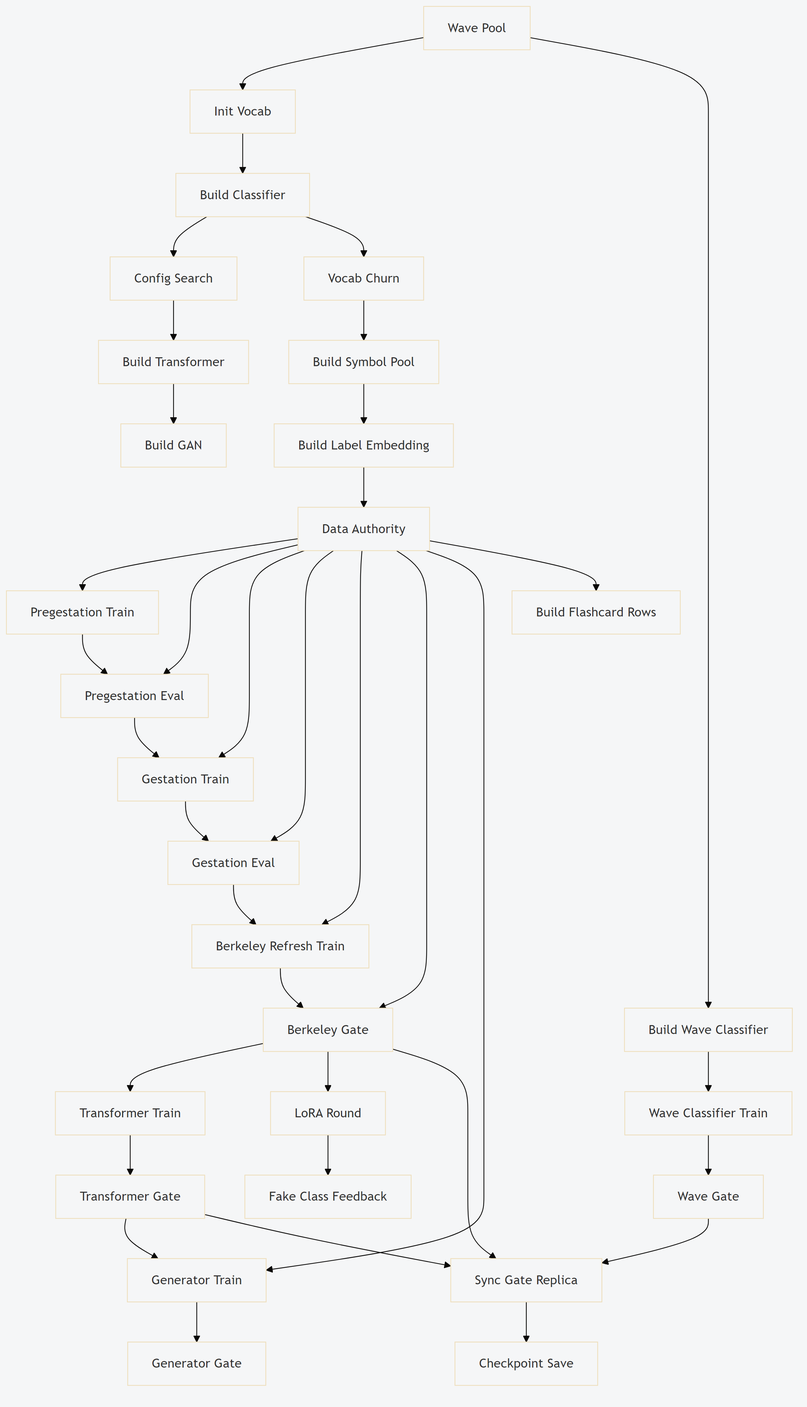
The Mermaid diagram docs/diagrams/execution_minimal.png in sangderenard/meta-nn, before a commit. Its source is kept beside it as docs/diagrams/execution_minimal.mmd.
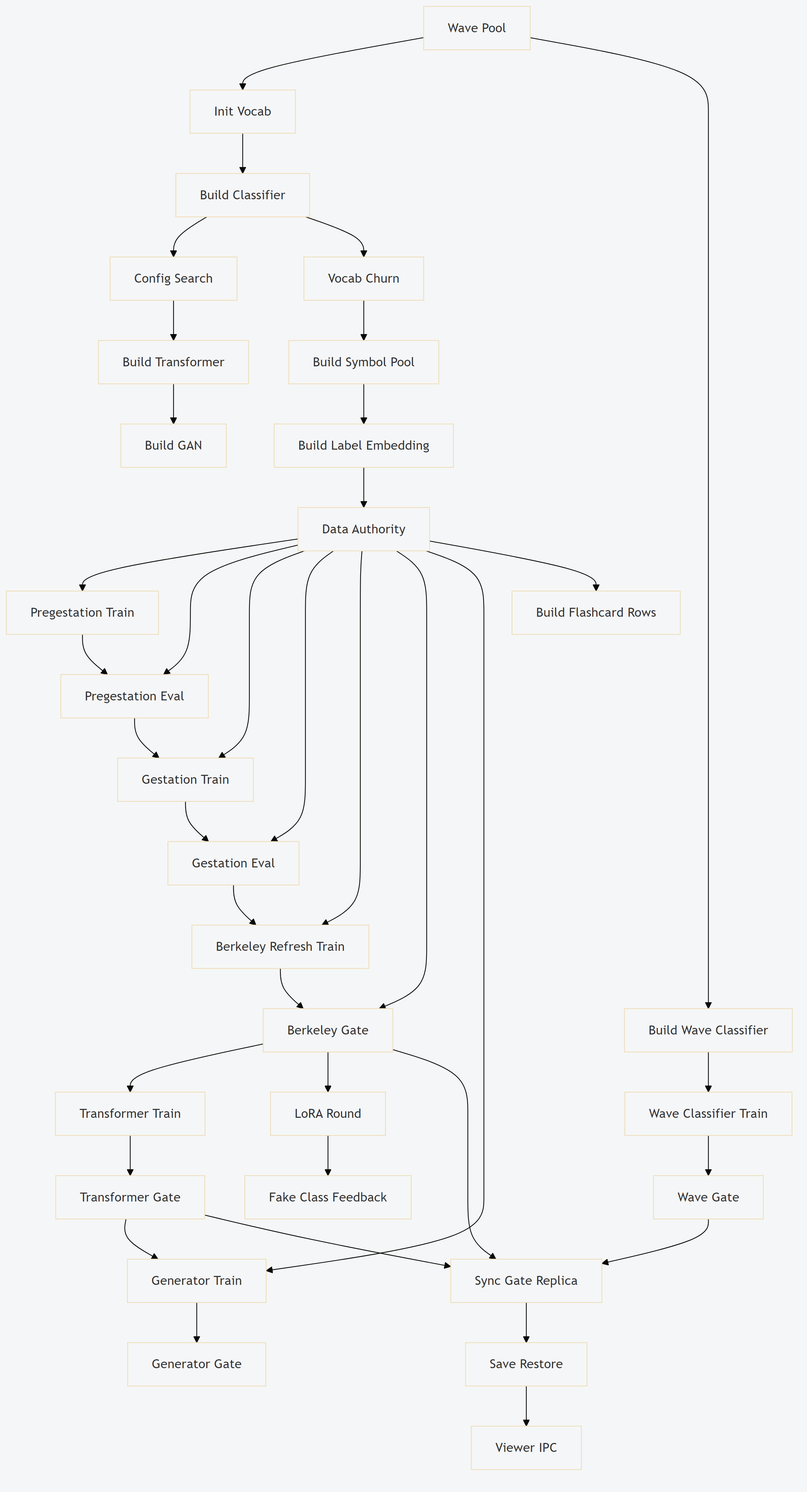
After the change.

The edit, as a diff of the source:
```diff
@@ -27,7 +27,8 @@
     gate_generator["Generator Gate"]
     gate_wave["Wave Gate"]
     sync_gate_replica["Sync Gate Replica"]
-    checkpoint_save["Checkpoint Save"]
+    checkpoint_save["Save Restore"]
+    viewer_ipc["Viewer IPC"]
 
     wave_pool --> init_vocab
     init_vocab --> build_classifier
@@ -64,3 +65,4 @@
     gate_transformer --> sync_gate_replica
     gate_berkeley --> sync_gate_replica
     sync_gate_replica --> checkpoint_save
+    checkpoint_save --> viewer_ipc
```
